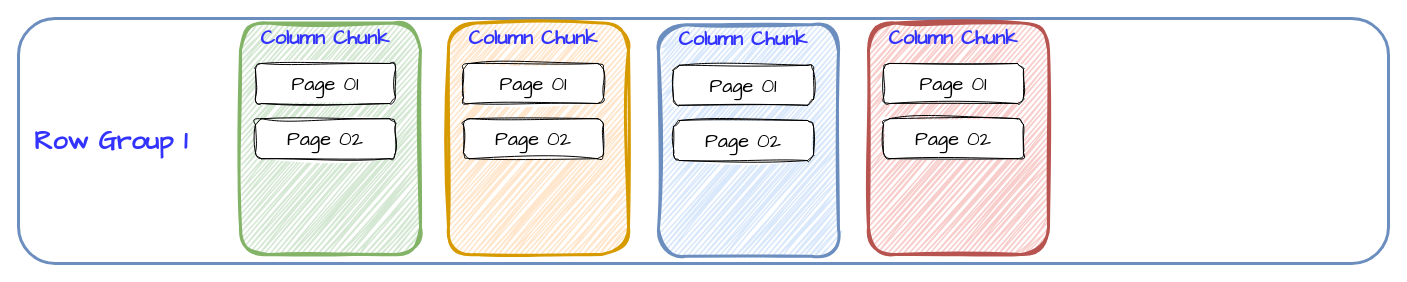
mauvaisetroupe/architech keeps this draw.io diagram as page "parquet-format-03" (5 of 5) of content/en/blog/2023/2023-12-28/apache-parquet.drawio. Above is the earlier version. Source tidied: cells renumbered, new cells numbered last; positions are measured from the earlier drawing's top-left corner, leaving out a move shared by most shapes. Both pictures are drawn from the tidied source at 100%, with x=0, y=0 at pixel (18, 18).
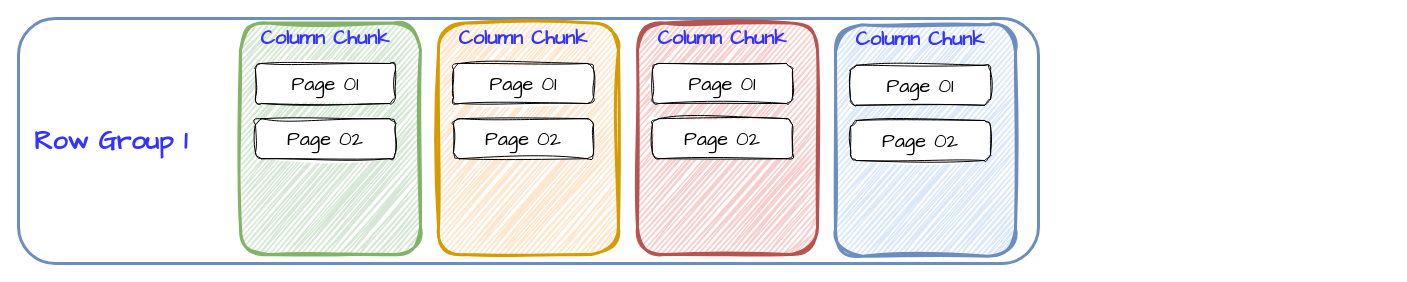
The same diagram, later.

Diff of the diagram source:
```diff
@@
 <mxGraphModel>
   <root>
     <mxCell id="0" />
     <mxCell id="1" parent="0" />
     <mxCell id="2" value="Row Group 1" style="rounded=1;whiteSpace=wrap;html=1;hachureGap=4;fontFamily=Architects Daughter;fontSize=26;fillColor=none;strokeColor=#6c8ebf;strokeWidth=3;align=left;spacingRight=5;spacingLeft=14;fontColor=#3333FF;fontStyle=1;" parent="1" vertex="1">
-      <mxGeometry width="1370" height="245" as="geometry" />
+      <mxGeometry width="1020" height="245" as="geometry" />
     </mxCell>
     <mxCell id="3" style="rounded=1;whiteSpace=wrap;html=1;hachureGap=4;fontFamily=Architects Daughter;fontSize=30;fillColor=#d5e8d4;strokeColor=#82b366;strokeWidth=3;align=center;spacingRight=5;spacingLeft=14;fillStyle=hatch;sketch=1;curveFitting=1;jiggle=2;fontStyle=1;fontColor=#3333FF;" parent="1" vertex="1">
       <mxGeometry x="222" y="4.5" width="180" height="231.5" as="geometry" />
     </mxCell>
     <mxCell id="4" value="Column Chunk" style="text;html=1;strokeColor=none;fillColor=none;align=center;verticalAlign=middle;whiteSpace=wrap;rounded=0;fontSize=20;fontFamily=Architects Daughter;fontColor=#3333FF;fontStyle=1;" parent="1" vertex="1">
       <mxGeometry x="212" y="3.5" width="190" height="30" as="geometry" />
     </mxCell>
     <mxCell id="5" value="Page 01" style="rounded=1;whiteSpace=wrap;html=1;sketch=1;hachureGap=4;jiggle=2;curveFitting=1;fontFamily=Architects Daughter;fontSize=20;" parent="1" vertex="1">
       <mxGeometry x="237" y="45" width="140" height="40" as="geometry" />
     </mxCell>
     <mxCell id="6" value="Page 02" style="rounded=1;whiteSpace=wrap;html=1;sketch=1;hachureGap=4;jiggle=2;curveFitting=1;fontFamily=Architects Daughter;fontSize=20;" parent="1" vertex="1">
       <mxGeometry x="237" y="100.2" width="140" height="40" as="geometry" />
     </mxCell>
     <mxCell id="7" style="rounded=1;whiteSpace=wrap;html=1;hachureGap=4;fontFamily=Architects Daughter;fontSize=30;fillColor=#ffe6cc;strokeColor=#d79b00;strokeWidth=3;align=center;spacingRight=5;spacingLeft=14;fillStyle=hatch;sketch=1;curveFitting=1;jiggle=2;fontStyle=1;" parent="1" vertex="1">
-      <mxGeometry x="430" y="4.5" width="180" height="231.5" as="geometry" />
+      <mxGeometry x="420" y="4.5" width="180" height="231.5" as="geometry" />
     </mxCell>
     <mxCell id="8" value="Column Chunk" style="text;html=1;strokeColor=none;fillColor=none;align=center;verticalAlign=middle;whiteSpace=wrap;rounded=0;fontSize=20;fontFamily=Architects Daughter;fontColor=#3333FF;fontStyle=1;" parent="1" vertex="1">
-      <mxGeometry x="420" y="3.5" width="190" height="30" as="geometry" />
+      <mxGeometry x="410" y="3.5" width="190" height="30" as="geometry" />
     </mxCell>
     <mxCell id="9" value="Page 01" style="rounded=1;whiteSpace=wrap;html=1;sketch=1;hachureGap=4;jiggle=2;curveFitting=1;fontFamily=Architects Daughter;fontSize=20;" parent="1" vertex="1">
-      <mxGeometry x="445" y="45" width="140" height="40" as="geometry" />
+      <mxGeometry x="435" y="45" width="140" height="40" as="geometry" />
     </mxCell>
     <mxCell id="10" value="Page 02" style="rounded=1;whiteSpace=wrap;html=1;sketch=1;hachureGap=4;jiggle=2;curveFitting=1;fontFamily=Architects Daughter;fontSize=20;" parent="1" vertex="1">
-      <mxGeometry x="445" y="100.2" width="140" height="40" as="geometry" />
+      <mxGeometry x="435" y="100.2" width="140" height="40" as="geometry" />
     </mxCell>
-    <mxCell id="11" style="rounded=1;whiteSpace=wrap;html=1;hachureGap=4;fontFamily=Architects Daughter;fontSize=30;fillColor=#dae8fc;strokeColor=#6c8ebf;strokeWidth=3;align=center;spacingRight=5;spacingLeft=14;fillStyle=hatch;sketch=1;curveFitting=1;jiggle=2;fontStyle=1;" parent="1" vertex="1">
-      <mxGeometry x="640" y="6.2" width="180" height="231.5" as="geometry" />
-    </mxCell>
-    <mxCell id="12" value="Column Chunk" style="text;html=1;strokeColor=none;fillColor=none;align=center;verticalAlign=middle;whiteSpace=wrap;rounded=0;fontSize=20;fontFamily=Architects Daughter;fontColor=#3333FF;fontStyle=1;" parent="1" vertex="1">
-      <mxGeometry x="630" y="5.2" width="190" height="30" as="geometry" />
-    </mxCell>
-    <mxCell id="13" value="Page 01" style="rounded=1;whiteSpace=wrap;html=1;sketch=1;hachureGap=4;jiggle=2;curveFitting=1;fontFamily=Architects Daughter;fontSize=20;" parent="1" vertex="1">
-      <mxGeometry x="655" y="46.8" width="140" height="40" as="geometry" />
-    </mxCell>
-    <mxCell id="14" value="Page 02" style="rounded=1;whiteSpace=wrap;html=1;sketch=1;hachureGap=4;jiggle=2;curveFitting=1;fontFamily=Architects Daughter;fontSize=20;" parent="1" vertex="1">
-      <mxGeometry x="655" y="102" width="140" height="40" as="geometry" />
-    </mxCell>
     <mxCell id="15" style="rounded=1;whiteSpace=wrap;html=1;hachureGap=4;fontFamily=Architects Daughter;fontSize=30;fillColor=#f8cecc;strokeColor=#b85450;strokeWidth=3;align=center;spacingRight=5;spacingLeft=14;fillStyle=hatch;sketch=1;curveFitting=1;jiggle=2;fontStyle=1;" parent="1" vertex="1">
-      <mxGeometry x="850" y="4.5" width="180" height="231.5" as="geometry" />
+      <mxGeometry x="619" y="4.5" width="180" height="231.5" as="geometry" />
     </mxCell>
     <mxCell id="16" value="Column Chunk" style="text;html=1;strokeColor=none;fillColor=none;align=center;verticalAlign=middle;whiteSpace=wrap;rounded=0;fontSize=20;fontFamily=Architects Daughter;fontColor=#3333FF;fontStyle=1;" parent="1" vertex="1">
-      <mxGeometry x="840" y="3.5" width="190" height="30" as="geometry" />
+      <mxGeometry x="609" y="3.5" width="190" height="30" as="geometry" />
     </mxCell>
     <mxCell id="17" value="Page 01" style="rounded=1;whiteSpace=wrap;html=1;sketch=1;hachureGap=4;jiggle=2;curveFitting=1;fontFamily=Architects Daughter;fontSize=20;" parent="1" vertex="1">
-      <mxGeometry x="865" y="45" width="140" height="40" as="geometry" />
+      <mxGeometry x="634" y="45" width="140" height="40" as="geometry" />
     </mxCell>
     <mxCell id="18" value="Page 02" style="rounded=1;whiteSpace=wrap;html=1;sketch=1;hachureGap=4;jiggle=2;curveFitting=1;fontFamily=Architects Daughter;fontSize=20;" parent="1" vertex="1">
-      <mxGeometry x="865" y="100.2" width="140" height="40" as="geometry" />
+      <mxGeometry x="634" y="100.2" width="140" height="40" as="geometry" />
     </mxCell>
+    <mxCell id="19" style="rounded=1;whiteSpace=wrap;html=1;hachureGap=4;fontFamily=Architects Daughter;fontSize=30;fillColor=#dae8fc;strokeColor=#6c8ebf;strokeWidth=3;align=center;spacingRight=5;spacingLeft=14;fillStyle=hatch;sketch=1;curveFitting=1;jiggle=2;fontStyle=1;" parent="1" vertex="1">
+      <mxGeometry x="817" y="6.2" width="180" height="231.5" as="geometry" />
+    </mxCell>
+    <mxCell id="12" value="Column Chunk" style="text;html=1;strokeColor=none;fillColor=none;align=center;verticalAlign=middle;whiteSpace=wrap;rounded=0;fontSize=20;fontFamily=Architects Daughter;fontColor=#3333FF;fontStyle=1;" parent="1" vertex="1">
+      <mxGeometry x="807" y="5.2" width="190" height="30" as="geometry" />
+    </mxCell>
+    <mxCell id="13" value="Page 01" style="rounded=1;whiteSpace=wrap;html=1;sketch=1;hachureGap=4;jiggle=2;curveFitting=1;fontFamily=Architects Daughter;fontSize=20;" parent="1" vertex="1">
+      <mxGeometry x="832" y="46.8" width="140" height="40" as="geometry" />
+    </mxCell>
+    <mxCell id="14" value="Page 02" style="rounded=1;whiteSpace=wrap;html=1;sketch=1;hachureGap=4;jiggle=2;curveFitting=1;fontFamily=Architects Daughter;fontSize=20;" parent="1" vertex="1">
+      <mxGeometry x="832" y="102" width="140" height="40" as="geometry" />
+    </mxCell>
   </root>
 </mxGraphModel>
```
